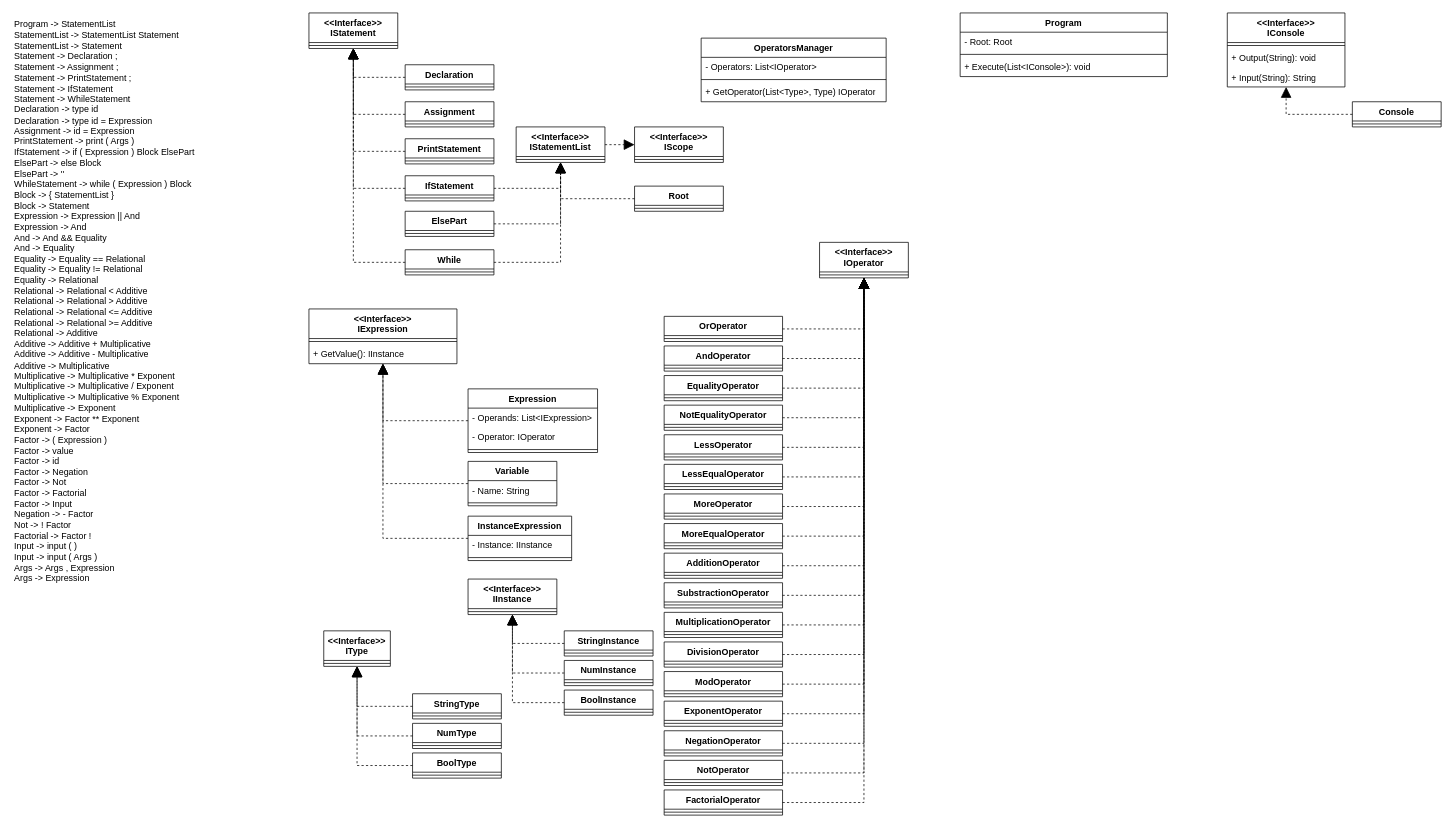
Before: SPL diagram.drawio in RomanKuschanow/MathFlow, a draw.io diagram. Source tidied: cells renumbered, new cells numbered last; positions are measured from the earlier drawing's top-left corner, leaving out a move shared by most shapes. Both pictures are drawn from the tidied source at 74%, with x=0, y=0 at pixel (13, 13).
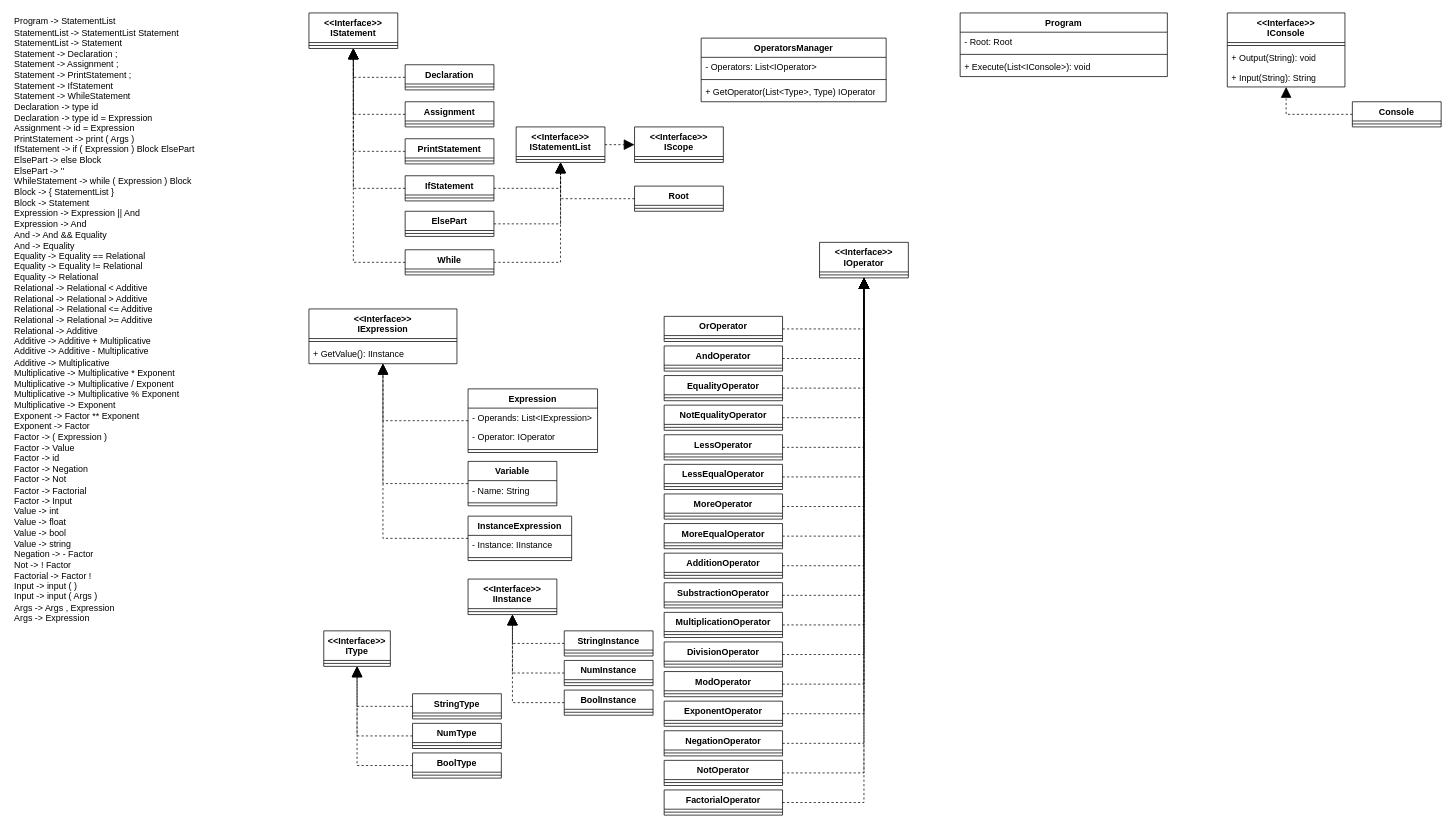
The same page after the edit.

Diff of the diagram source:
```diff
@@
-    <mxCell id="32" value="&lt;div&gt;&lt;div&gt;Program -&amp;gt; StatementList&lt;/div&gt;&lt;div&gt;StatementList -&amp;gt; StatementList Statement&lt;/div&gt;&lt;div&gt;StatementList -&amp;gt; Statement&lt;/div&gt;&lt;div&gt;Statement -&amp;gt; Declaration ;&lt;/div&gt;&lt;div&gt;Statement -&amp;gt; Assignment ;&lt;/div&gt;&lt;div&gt;Statement -&amp;gt; PrintStatement ;&lt;/div&gt;&lt;div&gt;Statement -&amp;gt; IfStatement&lt;/div&gt;&lt;div&gt;Statement -&amp;gt; WhileStatement&lt;/div&gt;&lt;div&gt;Declaration -&amp;gt; type id&lt;/div&gt;&lt;div&gt;Declaration -&amp;gt; type id = Expression&lt;/div&gt;&lt;div&gt;Assignment -&amp;gt; id = Expression&lt;/div&gt;&lt;div&gt;PrintStatement -&amp;gt; print ( Args )&lt;/div&gt;&lt;div&gt;IfStatement -&amp;gt; if ( Expression ) Block ElsePart&lt;/div&gt;&lt;div&gt;ElsePart -&amp;gt; else Block&lt;/div&gt;&lt;div&gt;ElsePart -&amp;gt; ''&lt;/div&gt;&lt;div&gt;WhileStatement -&amp;gt; while ( Expression ) Block&lt;/div&gt;&lt;div&gt;Block -&amp;gt; { StatementList }&lt;/div&gt;&lt;div&gt;Block -&amp;gt; Statement&lt;/div&gt;&lt;div&gt;Expression -&amp;gt; Expression || And&lt;/div&gt;&lt;div&gt;Expression -&amp;gt; And&lt;/div&gt;&lt;div&gt;And -&amp;gt; And &amp;amp;&amp;amp; Equality&lt;/div&gt;&lt;div&gt;And -&amp;gt; Equality&lt;/div&gt;&lt;div&gt;Equality -&amp;gt; Equality == Relational&lt;/div&gt;&lt;div&gt;Equality -&amp;gt; Equality != Relational&lt;/div&gt;&lt;div&gt;Equality -&amp;gt; Relational&lt;/div&gt;&lt;div&gt;Relational -&amp;gt; Relational &amp;lt; Additive&lt;/div&gt;&lt;div&gt;Relational -&amp;gt; Relational &amp;gt; Additive&lt;/div&gt;&lt;div&gt;Relational -&amp;gt; Relational &amp;lt;= Additive&lt;/div&gt;&lt;div&gt;Relational -&amp;gt; Relational &amp;gt;= Additive&lt;/div&gt;&lt;div&gt;Relational -&amp;gt; Additive&lt;/div&gt;&lt;div&gt;Additive -&amp;gt; Additive + Multiplicative&lt;/div&gt;&lt;div&gt;Additive -&amp;gt; Additive - Multiplicative&lt;/div&gt;&lt;div&gt;Additive -&amp;gt; Multiplicative&lt;/div&gt;&lt;div&gt;Multiplicative -&amp;gt; Multiplicative * Exponent&lt;/div&gt;&lt;div&gt;Multiplicative -&amp;gt; Multiplicative / Exponent&lt;/div&gt;&lt;div&gt;Multiplicative -&amp;gt; Multiplicative % Exponent&lt;/div&gt;&lt;div&gt;Multiplicative -&amp;gt; Exponent&lt;/div&gt;&lt;div&gt;Exponent -&amp;gt; Factor ** Exponent&lt;/div&gt;&lt;div&gt;Exponent -&amp;gt; Factor&lt;/div&gt;&lt;div&gt;Factor -&amp;gt; ( Expression )&lt;/div&gt;&lt;div&gt;Factor -&amp;gt; value&lt;/div&gt;&lt;div&gt;Factor -&amp;gt; id&lt;/div&gt;&lt;div&gt;Factor -&amp;gt; Negation&lt;/div&gt;&lt;div&gt;Factor -&amp;gt; Not&lt;/div&gt;&lt;div&gt;Factor -&amp;gt; Factorial&lt;/div&gt;&lt;div&gt;Factor -&amp;gt; Input&lt;/div&gt;&lt;div&gt;Negation -&amp;gt; - Factor&lt;/div&gt;&lt;div&gt;Not -&amp;gt; ! Factor&lt;/div&gt;&lt;div&gt;Factorial -&amp;gt; Factor !&lt;/div&gt;&lt;div&gt;Input -&amp;gt; input ( )&lt;/div&gt;&lt;div&gt;Input -&amp;gt; input ( Args )&lt;/div&gt;&lt;div&gt;Args -&amp;gt; Args , Expression&lt;/div&gt;&lt;div&gt;Args -&amp;gt; Expression&lt;/div&gt;&lt;/div&gt;&lt;div&gt;&lt;/div&gt;" style="text;html=1;align=left;verticalAlign=middle;strokeColor=none;fillColor=none;" parent="1" vertex="1">
-      <mxGeometry width="270" height="780" as="geometry" />
+    <mxCell id="32" value="&lt;div&gt;&lt;div&gt;Program -&amp;gt; StatementList&lt;/div&gt;&lt;div&gt;StatementList -&amp;gt; StatementList Statement&lt;/div&gt;&lt;div&gt;StatementList -&amp;gt; Statement&lt;/div&gt;&lt;div&gt;Statement -&amp;gt; Declaration ;&lt;/div&gt;&lt;div&gt;Statement -&amp;gt; Assignment ;&lt;/div&gt;&lt;div&gt;Statement -&amp;gt; PrintStatement ;&lt;/div&gt;&lt;div&gt;Statement -&amp;gt; IfStatement&lt;/div&gt;&lt;div&gt;Statement -&amp;gt; WhileStatement&lt;/div&gt;&lt;div&gt;Declaration -&amp;gt; type id&lt;/div&gt;&lt;div&gt;Declaration -&amp;gt; type id = Expression&lt;/div&gt;&lt;div&gt;Assignment -&amp;gt; id = Expression&lt;/div&gt;&lt;div&gt;PrintStatement -&amp;gt; print ( Args )&lt;/div&gt;&lt;div&gt;IfStatement -&amp;gt; if ( Expression ) Block ElsePart&lt;/div&gt;&lt;div&gt;ElsePart -&amp;gt; else Block&lt;/div&gt;&lt;div&gt;ElsePart -&amp;gt; ''&lt;/div&gt;&lt;div&gt;WhileStatement -&amp;gt; while ( Expression ) Block&lt;/div&gt;&lt;div&gt;Block -&amp;gt; { StatementList }&lt;/div&gt;&lt;div&gt;Block -&amp;gt; Statement&lt;/div&gt;&lt;div&gt;Expression -&amp;gt; Expression || And&lt;/div&gt;&lt;div&gt;Expression -&amp;gt; And&lt;/div&gt;&lt;div&gt;And -&amp;gt; And &amp;amp;&amp;amp; Equality&lt;/div&gt;&lt;div&gt;And -&amp;gt; Equality&lt;/div&gt;&lt;div&gt;Equality -&amp;gt; Equality == Relational&lt;/div&gt;&lt;div&gt;Equality -&amp;gt; Equality != Relational&lt;/div&gt;&lt;div&gt;Equality -&amp;gt; Relational&lt;/div&gt;&lt;div&gt;Relational -&amp;gt; Relational &amp;lt; Additive&lt;/div&gt;&lt;div&gt;Relational -&amp;gt; Relational &amp;gt; Additive&lt;/div&gt;&lt;div&gt;Relational -&amp;gt; Relational &amp;lt;= Additive&lt;/div&gt;&lt;div&gt;Relational -&amp;gt; Relational &amp;gt;= Additive&lt;/div&gt;&lt;div&gt;Relational -&amp;gt; Additive&lt;/div&gt;&lt;div&gt;Additive -&amp;gt; Additive + Multiplicative&lt;/div&gt;&lt;div&gt;Additive -&amp;gt; Additive - Multiplicative&lt;/div&gt;&lt;div&gt;Additive -&amp;gt; Multiplicative&lt;/div&gt;&lt;div&gt;Multiplicative -&amp;gt; Multiplicative * Exponent&lt;/div&gt;&lt;div&gt;Multiplicative -&amp;gt; Multiplicative / Exponent&lt;/div&gt;&lt;div&gt;Multiplicative -&amp;gt; Multiplicative % Exponent&lt;/div&gt;&lt;div&gt;Multiplicative -&amp;gt; Exponent&lt;/div&gt;&lt;div&gt;Exponent -&amp;gt; Factor ** Exponent&lt;/div&gt;&lt;div&gt;Exponent -&amp;gt; Factor&lt;/div&gt;&lt;div&gt;Factor -&amp;gt; ( Expression )&lt;/div&gt;&lt;div&gt;Factor -&amp;gt; Value&lt;/div&gt;&lt;div&gt;Factor -&amp;gt; id&lt;/div&gt;&lt;div&gt;Factor -&amp;gt; Negation&lt;/div&gt;&lt;div&gt;Factor -&amp;gt; Not&lt;/div&gt;&lt;div&gt;Factor -&amp;gt; Factorial&lt;/div&gt;&lt;div&gt;Factor -&amp;gt; Input&lt;/div&gt;&lt;div&gt;Value -&amp;gt; int&lt;/div&gt;&lt;div&gt;Value -&amp;gt; float&lt;/div&gt;&lt;div&gt;Value -&amp;gt; bool&lt;/div&gt;&lt;div&gt;Value -&amp;gt; string&lt;/div&gt;&lt;div&gt;Negation -&amp;gt; - Factor&lt;/div&gt;&lt;div&gt;Not -&amp;gt; ! Factor&lt;/div&gt;&lt;div&gt;Factorial -&amp;gt; Factor !&lt;/div&gt;&lt;div&gt;Input -&amp;gt; input ( )&lt;/div&gt;&lt;div&gt;Input -&amp;gt; input ( Args )&lt;/div&gt;&lt;div&gt;Args -&amp;gt; Args , Expression&lt;/div&gt;&lt;div&gt;Args -&amp;gt; Expression&lt;/div&gt;&lt;/div&gt;&lt;div&gt;&lt;/div&gt;" style="text;html=1;align=left;verticalAlign=middle;strokeColor=none;fillColor=none;" parent="1" vertex="1">
+      <mxGeometry width="270" height="830" as="geometry" />
     </mxCell>
```
